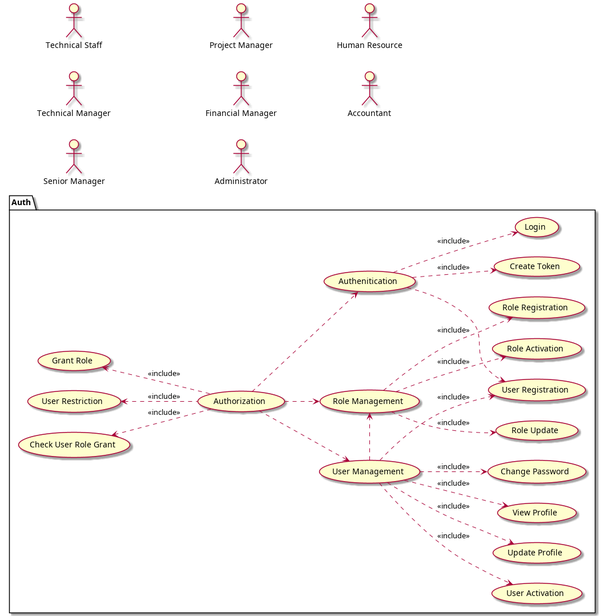
This is HorizonUml/out/UseCase/UseCaseDiagram.png from mahyaresteki/Horizon, a PlantUML export, as it was before one commit.
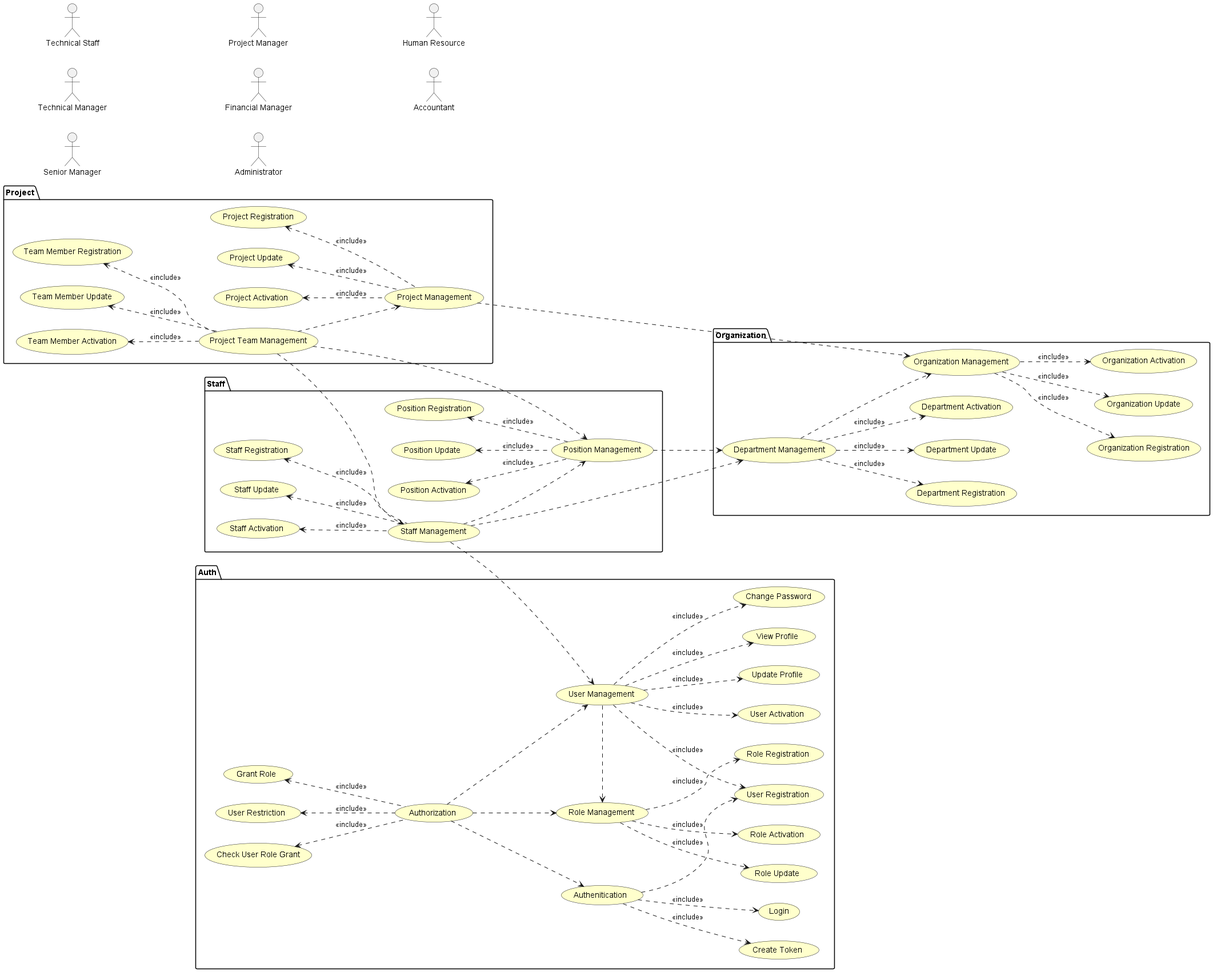
The same diagram one commit later.

Change to the diagram source:
```diff
@@ -1,5 +1,7 @@
 @startuml
 left to right direction
+
+skinparam useCaseBackgroundColor #Business
 
 :Technical Staff: as TechnicalStaff
 :Technical Manager: as TechnicalManager
@@ -31,6 +33,41 @@
 
 }
 
+package "Organization"{
+    usecase "Organization Management" as organizationManagement
+    usecase "Organization Registration" as organizationRegistration
+    usecase "Organization Update" as organizationUpdate
+    usecase "Organization Activation" as organizationActivation
+    usecase "Department Management" as departmentManagement
+    usecase "Department Registration" as departmentRegistration
+    usecase "Department Update" as departmentUpdate
+    usecase "Department Activation" as departmentActivation
+}
+
+package "Staff"{
+    usecase "Position Management" as positionManagement
+    usecase "Position Registration" as positionRegistration
+    usecase "Position Update" as positionUpdate
+    usecase "Position Activation" as positionActivation
+    usecase "Staff Management" as staffManagement
+    usecase "Staff Registration" as staffRegistration
+    usecase "Staff Update" as staffUpdate
+    usecase "Staff Activation" as staffActivation
+}
+
+package "Project"{
+    usecase "Project Management" as projectManagement
+    usecase "Project Registration" as projectRegistration
+    usecase "Project Update" as projectUpdate
+    usecase "Project Activation" as projectActivation
+    usecase "Project Team Management" as projectTeamManagement
+    usecase "Team Member Registration" as teamMemberRegistration
+    usecase "Team Member Update" as teamMemberUpdate
+    usecase "Team Member Activation" as teamMemberActivation
+}
+
+
+
 userManagement .> roleManagement
 
 roleManagement ..> roleRegistration : <<include>>
@@ -41,17 +78,47 @@
 userManagement ..> updateProfile :<<include>>
 userManagement ..> viewProfile :<<include>>
 userManagement ..> changePassword :<<include>>
-
 authentication ..> userRegistration
 authentication ..> login : <<include>>
 authentication ..> createToken : <<include>>
-
 authorization ..>  roleManagement
 authorization ..> authentication
 authorization ..> userManagement
-
 grantRole <.. authorization : <<include>>
 userRestriction <.. authorization : <<include>>
 checkGrant <.. authorization : <<include>>
 
+
+
+organizationManagement ..> organizationRegistration : <<include>>
+organizationManagement ..> organizationUpdate : <<include>>
+organizationManagement ..> organizationActivation : <<include>>
+departmentManagement ..> departmentRegistration : <<include>>
+departmentManagement ..> departmentUpdate : <<include>>
+departmentManagement ..> departmentActivation : <<include>>
+
+staffManagement ..> userManagement
+staffManagement ..> positionManagement
+staffManagement ..> departmentManagement
+positionManagement ..> departmentManagement
+departmentManagement ..> organizationManagement
+projectManagement ..> organizationManagement
+projectTeamManagement ..> projectManagement
+projectTeamManagement ..> positionManagement
+projectTeamManagement ..> staffManagement
+
+staffRegistration <.. staffManagement : <<include>>
+staffUpdate <.. staffManagement : <<include>>
+staffActivation <.. staffManagement : <<include>>
+positionRegistration <.. positionManagement : <<include>>
+positionUpdate <.. positionManagement : <<include>>
+positionActivation <.. positionManagement : <<include>>
+
+projectRegistration <.. projectManagement : <<include>>
+projectUpdate <.. projectManagement : <<include>>
+projectActivation <.. projectManagement : <<include>>
+teamMemberRegistration <.. projectTeamManagement : <<include>>
+teamMemberUpdate <.. projectTeamManagement : <<include>>
+teamMemberActivation <.. projectTeamManagement : <<include>>
+
 @enduml
```
